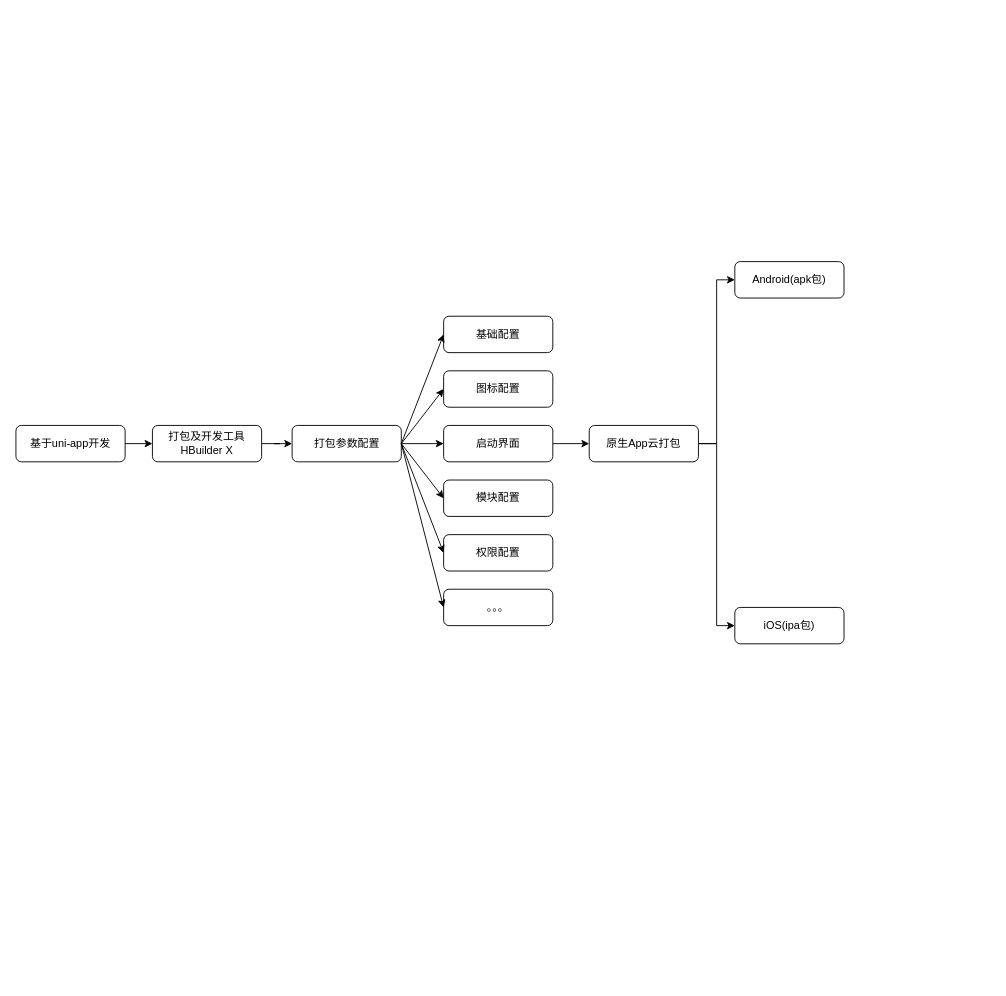
This is Untitled Diagram.drawio from zhangyumeng5555/demo2, a draw.io file, before an edit. Source tidied: cells renumbered, new cells numbered last; positions are measured from the earlier drawing's top-left corner, leaving out a move shared by most shapes. Both pictures are drawn from the tidied source at 91%, with x=0, y=0 at pixel (15, 261).
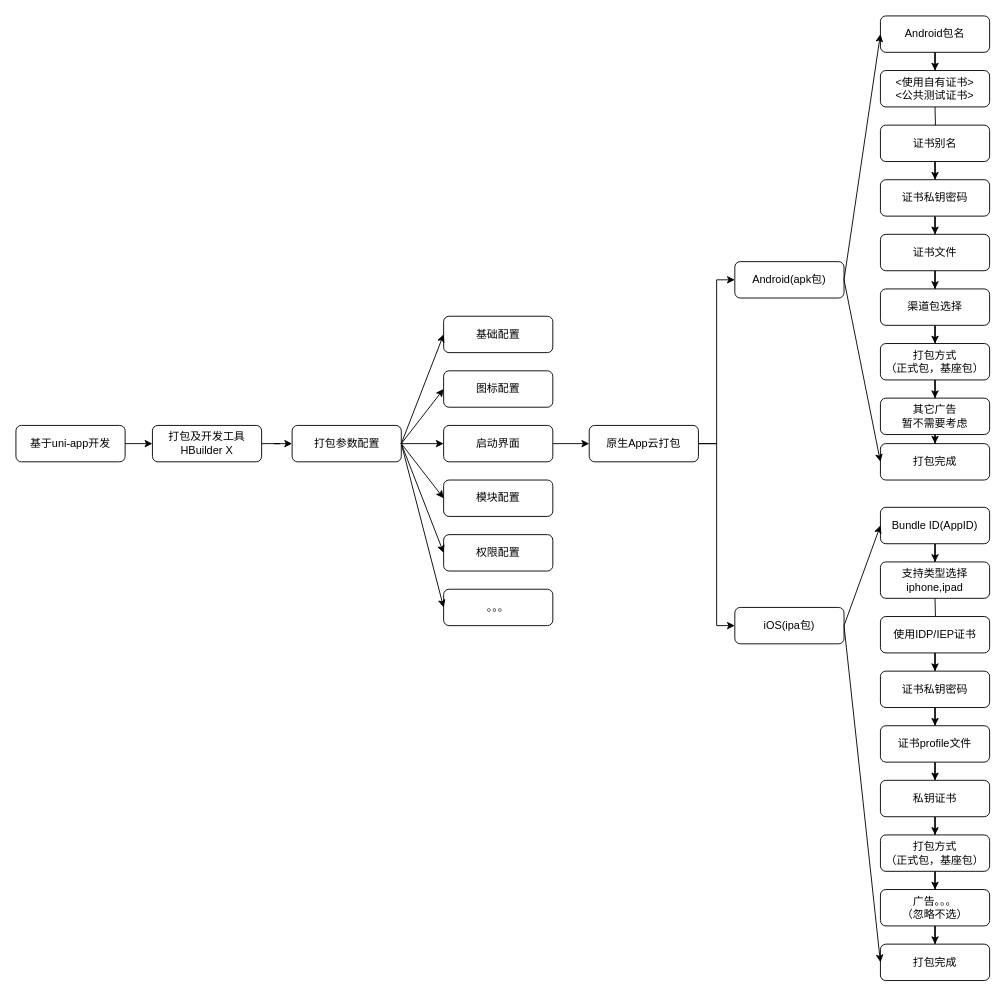
After the change.

The change refers to these unchanged cells:
```xml
<mxCell id="22" value="Android(apk包)" style="whiteSpace=wrap;html=1;rounded=1;" parent="1" vertex="1">
  <mxGeometry x="790" width="120" height="40" as="geometry" />
</mxCell>
<mxCell id="23" value="iOS(ipa包)" style="whiteSpace=wrap;html=1;rounded=1;" parent="1" vertex="1">
  <mxGeometry x="790" y="380" width="120" height="40" as="geometry" />
</mxCell>
```

What changed in the source:
```diff
@@
+    <mxCell id="25" style="edgeStyle=orthogonalEdgeStyle;rounded=0;jettySize=auto;html=1;" parent="1" edge="1" target="30">
+      <mxGeometry relative="1" as="geometry">
+        <mxPoint x="1010" y="-170" as="sourcePoint" />
+      </mxGeometry>
+    </mxCell>
+    <mxCell id="26" value="&amp;lt;使用自有证书&amp;gt;&lt;br&gt;&amp;lt;公共测试证书&amp;gt;" style="whiteSpace=wrap;html=1;rounded=1;" parent="1" vertex="1">
+      <mxGeometry x="950" y="-210" width="120" height="40" as="geometry" />
+    </mxCell>
+    <mxCell id="27" style="edgeStyle=orthogonalEdgeStyle;rounded=0;jettySize=auto;html=1;entryX=0.5;entryY=0;entryDx=0;entryDy=0;" parent="1" edge="1" source="28" target="26">
+      <mxGeometry relative="1" as="geometry" />
+    </mxCell>
+    <mxCell id="28" value="Android包名" style="whiteSpace=wrap;html=1;rounded=1;" parent="1" vertex="1">
+      <mxGeometry x="950" y="-270" width="120" height="40" as="geometry" />
+    </mxCell>
+    <mxCell id="29" style="edgeStyle=orthogonalEdgeStyle;rounded=0;jettySize=auto;html=1;" parent="1" edge="1" source="30" target="32">
+      <mxGeometry relative="1" as="geometry" />
+    </mxCell>
+    <mxCell id="30" value="证书别名" style="whiteSpace=wrap;html=1;rounded=1;" parent="1" vertex="1">
+      <mxGeometry x="950" y="-150" width="120" height="40" as="geometry" />
+    </mxCell>
+    <mxCell id="31" style="edgeStyle=orthogonalEdgeStyle;rounded=0;jettySize=auto;html=1;" parent="1" edge="1" source="32" target="34">
+      <mxGeometry relative="1" as="geometry" />
+    </mxCell>
+    <mxCell id="32" value="证书私钥密码" style="whiteSpace=wrap;html=1;rounded=1;" parent="1" vertex="1">
+      <mxGeometry x="950" y="-90" width="120" height="40" as="geometry" />
+    </mxCell>
+    <mxCell id="33" style="edgeStyle=orthogonalEdgeStyle;rounded=0;jettySize=auto;html=1;" parent="1" edge="1" source="34" target="36">
+      <mxGeometry relative="1" as="geometry" />
+    </mxCell>
+    <mxCell id="34" value="证书文件" style="whiteSpace=wrap;html=1;rounded=1;" parent="1" vertex="1">
+      <mxGeometry x="950" y="-30" width="120" height="40" as="geometry" />
+    </mxCell>
+    <mxCell id="35" style="edgeStyle=orthogonalEdgeStyle;rounded=0;jettySize=auto;html=1;entryX=0.5;entryY=0;entryDx=0;entryDy=0;" parent="1" edge="1" source="36" target="40">
+      <mxGeometry relative="1" as="geometry" />
+    </mxCell>
+    <mxCell id="36" value="&lt;span&gt;渠道包选择&lt;/span&gt;" style="whiteSpace=wrap;html=1;rounded=1;" parent="1" vertex="1">
+      <mxGeometry x="950" y="30" width="120" height="40" as="geometry" />
+    </mxCell>
+    <mxCell id="37" style="edgeStyle=orthogonalEdgeStyle;rounded=0;jettySize=auto;html=1;" parent="1" edge="1" source="38" target="58">
+      <mxGeometry relative="1" as="geometry" />
+    </mxCell>
+    <mxCell id="38" value="&lt;span&gt;其它广告&lt;/span&gt;&lt;br&gt;&lt;span&gt;暂不需要考虑&lt;/span&gt;" style="whiteSpace=wrap;html=1;rounded=1;" parent="1" vertex="1">
+      <mxGeometry x="950" y="150" width="120" height="40" as="geometry" />
+    </mxCell>
+    <mxCell id="39" style="edgeStyle=orthogonalEdgeStyle;rounded=0;jettySize=auto;html=1;" parent="1" edge="1" source="40" target="38">
+      <mxGeometry relative="1" as="geometry" />
+    </mxCell>
+    <mxCell id="40" value="打包方式&lt;br&gt;（正式包，基座包）" style="whiteSpace=wrap;html=1;rounded=1;" parent="1" vertex="1">
+      <mxGeometry x="950" y="90" width="120" height="40" as="geometry" />
+    </mxCell>
+    <mxCell id="41" style="edgeStyle=orthogonalEdgeStyle;rounded=0;jettySize=auto;html=1;" parent="1" edge="1" target="46">
+      <mxGeometry relative="1" as="geometry">
+        <mxPoint x="1010" y="370" as="sourcePoint" />
+      </mxGeometry>
+    </mxCell>
+    <mxCell id="42" value="支持类型选择&lt;br&gt;iphone,ipad" style="whiteSpace=wrap;html=1;rounded=1;" parent="1" vertex="1">
+      <mxGeometry x="950" y="330" width="120" height="40" as="geometry" />
+    </mxCell>
+    <mxCell id="43" style="edgeStyle=orthogonalEdgeStyle;rounded=0;jettySize=auto;html=1;entryX=0.5;entryY=0;entryDx=0;entryDy=0;" parent="1" edge="1" source="44" target="42">
+      <mxGeometry relative="1" as="geometry" />
+    </mxCell>
+    <mxCell id="44" value="Bundle ID(AppID)" style="whiteSpace=wrap;html=1;rounded=1;" parent="1" vertex="1">
+      <mxGeometry x="950" y="270" width="120" height="40" as="geometry" />
+    </mxCell>
+    <mxCell id="45" style="edgeStyle=orthogonalEdgeStyle;rounded=0;jettySize=auto;html=1;" parent="1" edge="1" source="46" target="48">
+      <mxGeometry relative="1" as="geometry" />
+    </mxCell>
+    <mxCell id="46" value="使用IDP/IEP证书" style="whiteSpace=wrap;html=1;rounded=1;" parent="1" vertex="1">
+      <mxGeometry x="950" y="390" width="120" height="40" as="geometry" />
+    </mxCell>
+    <mxCell id="47" style="edgeStyle=orthogonalEdgeStyle;rounded=0;jettySize=auto;html=1;" parent="1" edge="1" source="48" target="50">
+      <mxGeometry relative="1" as="geometry" />
+    </mxCell>
+    <mxCell id="48" value="证书私钥密码" style="whiteSpace=wrap;html=1;rounded=1;" parent="1" vertex="1">
+      <mxGeometry x="950" y="450" width="120" height="40" as="geometry" />
+    </mxCell>
+    <mxCell id="49" style="edgeStyle=orthogonalEdgeStyle;rounded=0;jettySize=auto;html=1;" parent="1" edge="1" source="50" target="52">
+      <mxGeometry relative="1" as="geometry" />
+    </mxCell>
+    <mxCell id="50" value="证书profile文件" style="whiteSpace=wrap;html=1;rounded=1;" parent="1" vertex="1">
+      <mxGeometry x="950" y="510" width="120" height="40" as="geometry" />
+    </mxCell>
+    <mxCell id="51" style="edgeStyle=orthogonalEdgeStyle;rounded=0;jettySize=auto;html=1;entryX=0.5;entryY=0;entryDx=0;entryDy=0;" parent="1" edge="1" source="52" target="56">
+      <mxGeometry relative="1" as="geometry" />
+    </mxCell>
+    <mxCell id="52" value="私钥证书" style="whiteSpace=wrap;html=1;rounded=1;" parent="1" vertex="1">
+      <mxGeometry x="950" y="570" width="120" height="40" as="geometry" />
+    </mxCell>
+    <mxCell id="53" style="edgeStyle=orthogonalEdgeStyle;rounded=0;jettySize=auto;html=1;" parent="1" edge="1" source="54" target="57">
+      <mxGeometry relative="1" as="geometry" />
+    </mxCell>
+    <mxCell id="54" value="广告。。。&lt;br&gt;（忽略不选）" style="whiteSpace=wrap;html=1;rounded=1;" parent="1" vertex="1">
+      <mxGeometry x="950" y="690" width="120" height="40" as="geometry" />
+    </mxCell>
+    <mxCell id="55" style="edgeStyle=orthogonalEdgeStyle;rounded=0;jettySize=auto;html=1;" parent="1" edge="1" source="56" target="54">
+      <mxGeometry relative="1" as="geometry" />
+    </mxCell>
+    <mxCell id="56" value="打包方式&lt;br&gt;（正式包，基座包）" style="whiteSpace=wrap;html=1;rounded=1;" parent="1" vertex="1">
+      <mxGeometry x="950" y="630" width="120" height="40" as="geometry" />
+    </mxCell>
+    <mxCell id="57" value="打包完成" style="whiteSpace=wrap;html=1;rounded=1;" parent="1" vertex="1">
+      <mxGeometry x="950" y="750" width="120" height="40" as="geometry" />
+    </mxCell>
+    <mxCell id="58" value="打包完成" style="whiteSpace=wrap;html=1;rounded=1;" parent="1" vertex="1">
+      <mxGeometry x="950" y="200" width="120" height="40" as="geometry" />
+    </mxCell>
+    <mxCell id="59" style="endArrow=classic;html=1;exitX=1;exitY=0.5;exitDx=0;exitDy=0;entryX=0;entryY=0.5;entryDx=0;entryDy=0;" parent="1" edge="1" source="22" target="28">
+      <mxGeometry relative="1" as="geometry" />
+    </mxCell>
+    <mxCell id="60" style="endArrow=classic;html=1;exitX=1;exitY=0.5;exitDx=0;exitDy=0;entryX=0;entryY=0.5;entryDx=0;entryDy=0;" parent="1" edge="1" source="22" target="58">
+      <mxGeometry relative="1" as="geometry" />
+    </mxCell>
+    <mxCell id="61" style="endArrow=classic;html=1;exitX=1;exitY=0.5;exitDx=0;exitDy=0;entryX=0;entryY=0.5;entryDx=0;entryDy=0;" parent="1" edge="1" source="23" target="44">
+      <mxGeometry relative="1" as="geometry" />
+    </mxCell>
+    <mxCell id="62" style="endArrow=classic;html=1;exitX=1;exitY=0.5;exitDx=0;exitDy=0;entryX=0;entryY=0.5;entryDx=0;entryDy=0;" parent="1" edge="1" source="23" target="57">
+      <mxGeometry relative="1" as="geometry" />
+    </mxCell>
```
